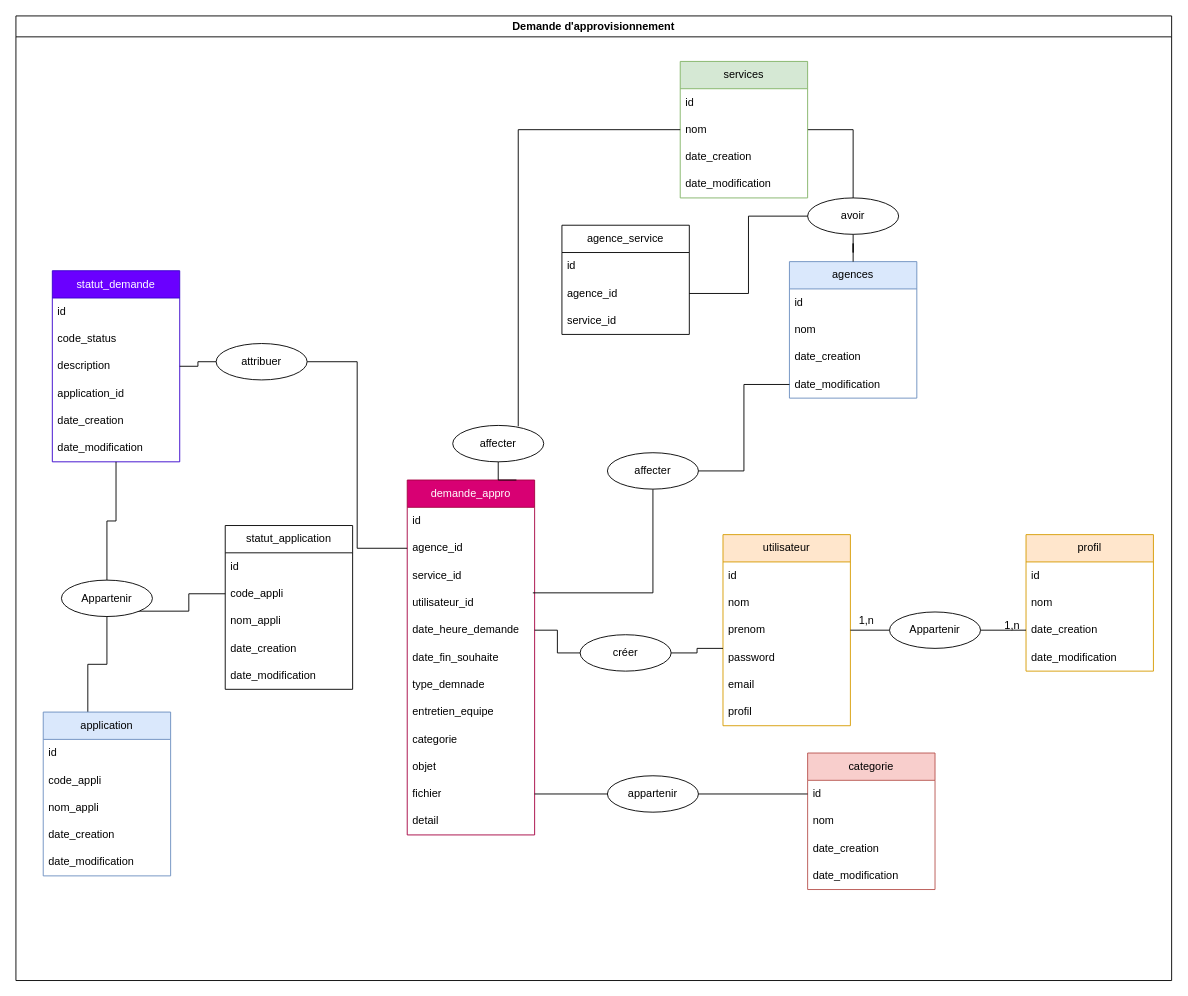
This is autreFichier/Diagramme sans nom.drawio from Andryrkt/projetMahasambatra, a draw.io file, before an edit. Source tidied: cells renumbered, new cells numbered last; positions are measured from the earlier drawing's top-left corner, leaving out a move shared by most shapes. Both pictures are drawn from the tidied source at 91%, with x=0, y=0 at pixel (15, 15).
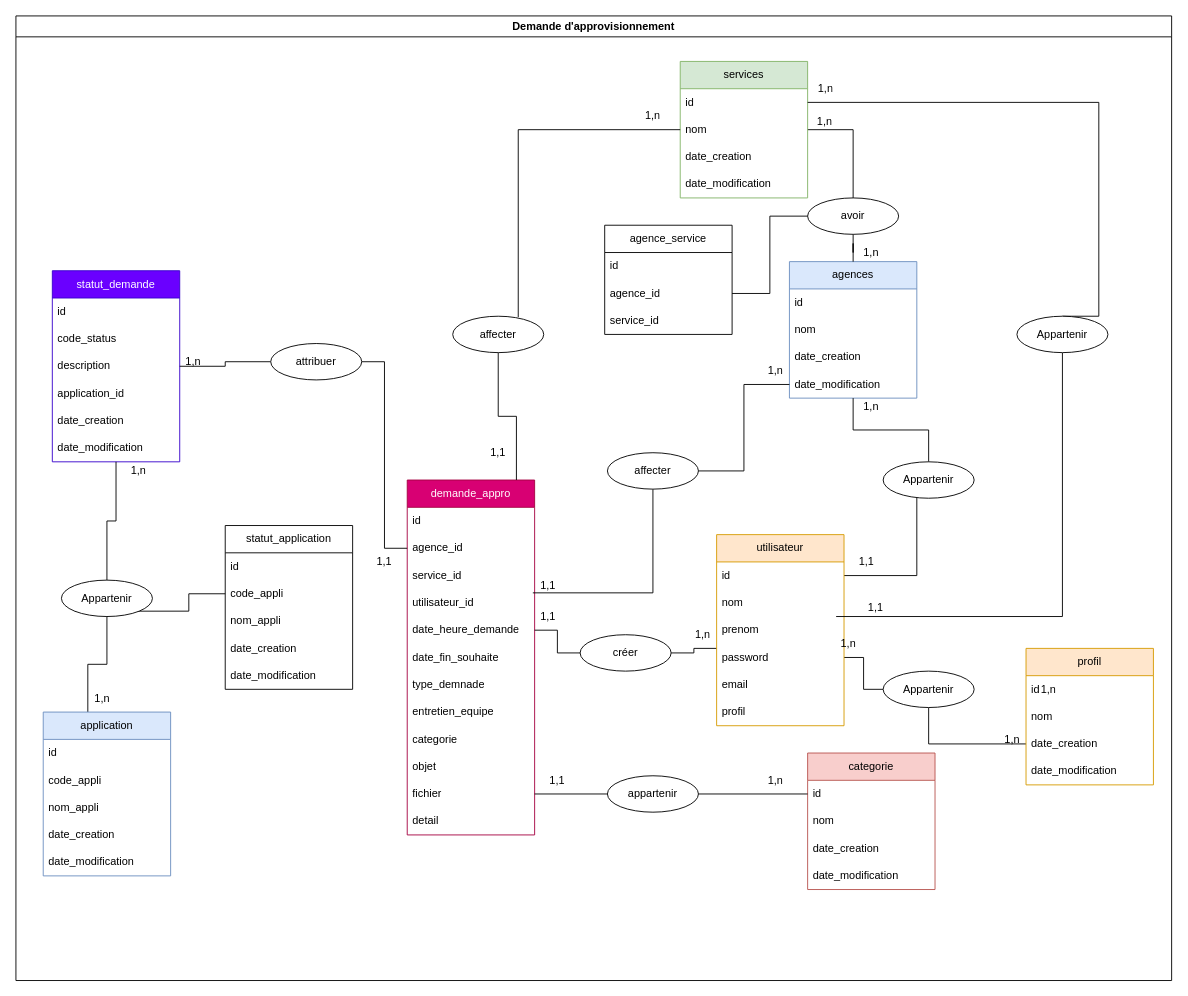
The same page after the edit.

Commit message:
diagramme fait

The change refers to these unchanged cells:
```xml
<mxCell id="2" value="Demande d'approvisionnement" style="swimlane;whiteSpace=wrap;html=1;" parent="1" vertex="1">
  <mxGeometry width="1270" height="1060" as="geometry" />
</mxCell>
<mxCell id="32" value="&lt;p class=&quot;MsoNormal&quot;&gt;&lt;span lang=&quot;FR&quot;&gt;agences&lt;/span&gt;&lt;/p&gt;" style="swimlane;fontStyle=0;horizontal=1;startSize=30;whiteSpace=wrap;html=1;fillColor=#dae8fc;strokeColor=#6c8ebf;" parent="2" vertex="1">
  <mxGeometry x="850" y="270" width="140" height="150" as="geometry" />
</mxCell>
<mxCell id="38" value="id" style="text;strokeColor=none;fillColor=none;align=left;verticalAlign=middle;spacingLeft=4;spacingRight=4;overflow=hidden;points=[[0,0.5],[1,0.5]];portConstraint=eastwest;whiteSpace=wrap;html=1;" parent="37" vertex="1">
  <mxGeometry y="30" width="140" height="30" as="geometry" />
</mxCell>
<mxCell id="87" value="date_creation" style="text;strokeColor=none;fillColor=none;align=left;verticalAlign=middle;spacingLeft=4;spacingRight=4;overflow=hidden;points=[[0,0.5],[1,0.5]];portConstraint=eastwest;whiteSpace=wrap;html=1;" parent="84" vertex="1">
  <mxGeometry y="90" width="140" height="30" as="geometry" />
</mxCell>
```

Diff of the diagram source:
```diff
@@
-    <mxCell id="24" value="&lt;p class=&quot;MsoNormal&quot;&gt;&lt;span lang=&quot;FR&quot;&gt;utilisateur&lt;/span&gt;&lt;/p&gt;" style="swimlane;fontStyle=0;horizontal=1;startSize=30;whiteSpace=wrap;html=1;fillColor=#ffe6cc;strokeColor=#d79b00;" parent="2" vertex="1">
-      <mxGeometry x="777" y="570" width="140" height="210" as="geometry" />
-    </mxCell>
-    <mxCell id="25" value="id" style="text;strokeColor=none;fillColor=none;align=left;verticalAlign=middle;spacingLeft=4;spacingRight=4;overflow=hidden;points=[[0,0.5],[1,0.5]];portConstraint=eastwest;whiteSpace=wrap;html=1;" parent="24" vertex="1">
-      <mxGeometry y="30" width="140" height="30" as="geometry" />
-    </mxCell>
-    <mxCell id="26" value="nom" style="text;strokeColor=none;fillColor=none;align=left;verticalAlign=middle;spacingLeft=4;spacingRight=4;overflow=hidden;whiteSpace=wrap;html=1;" parent="24" vertex="1">
-      <mxGeometry y="60" width="140" height="30" as="geometry" />
-    </mxCell>
-    <mxCell id="27" value="prenom" style="text;strokeColor=none;fillColor=none;align=left;verticalAlign=middle;spacingLeft=4;spacingRight=4;overflow=hidden;points=[[0,0.5],[1,0.5]];portConstraint=eastwest;whiteSpace=wrap;html=1;" parent="24" vertex="1">
-      <mxGeometry y="90" width="140" height="30" as="geometry" />
-    </mxCell>
-    <mxCell id="28" value="password" style="text;strokeColor=none;fillColor=none;align=left;verticalAlign=middle;spacingLeft=4;spacingRight=4;overflow=hidden;points=[[0,0.5],[1,0.5]];portConstraint=eastwest;whiteSpace=wrap;html=1;" parent="24" vertex="1">
-      <mxGeometry y="120" width="140" height="30" as="geometry" />
-    </mxCell>
-    <mxCell id="29" value="email" style="text;strokeColor=none;fillColor=none;align=left;verticalAlign=middle;spacingLeft=4;spacingRight=4;overflow=hidden;whiteSpace=wrap;html=1;" parent="24" vertex="1">
-      <mxGeometry y="150" width="140" height="30" as="geometry" />
-    </mxCell>
-    <mxCell id="30" value="profil" style="text;strokeColor=none;fillColor=none;align=left;verticalAlign=middle;spacingLeft=4;spacingRight=4;overflow=hidden;whiteSpace=wrap;html=1;" parent="24" vertex="1">
-      <mxGeometry y="180" width="140" height="30" as="geometry" />
-    </mxCell>
@@
+    <mxCell id="94" style="edgeStyle=orthogonalEdgeStyle;rounded=0;jettySize=auto;html=1;entryX=1;entryY=0.5;entryDx=0;entryDy=0;endArrow=none;endFill=0;" parent="2" edge="1" source="111" target="25">
+      <mxGeometry relative="1" as="geometry">
+        <Array as="points">
+          <mxPoint x="990" y="615" />
+        </Array>
+      </mxGeometry>
+    </mxCell>
@@
     <mxCell id="46" value="attribuer" style="ellipse;whiteSpace=wrap;html=1;align=center;" parent="2" vertex="1">
-      <mxGeometry x="220" y="360" width="100" height="40" as="geometry" />
+      <mxGeometry x="280" y="360" width="100" height="40" as="geometry" />
     </mxCell>
@@
     <mxCell id="50" value="&lt;p class=&quot;MsoNormal&quot;&gt;&lt;span lang=&quot;FR&quot;&gt;agence_service&lt;/span&gt;&lt;/p&gt;" style="swimlane;fontStyle=0;horizontal=1;startSize=30;whiteSpace=wrap;html=1;" parent="2" vertex="1">
-      <mxGeometry x="600" y="230" width="140" height="120" as="geometry" />
+      <mxGeometry x="647" y="230" width="140" height="120" as="geometry" />
     </mxCell>
@@
     <mxCell id="59" value="affecter" style="ellipse;whiteSpace=wrap;html=1;align=center;" parent="2" vertex="1">
-      <mxGeometry x="480" y="450" width="100" height="40" as="geometry" />
+      <mxGeometry x="480" y="330" width="100" height="40" as="geometry" />
     </mxCell>
@@
+    <mxCell id="89" style="edgeStyle=orthogonalEdgeStyle;rounded=0;jettySize=auto;html=1;entryX=0;entryY=0.5;entryDx=0;entryDy=0;endArrow=none;endFill=0;" parent="2" edge="1" source="91" target="87">
+      <mxGeometry relative="1" as="geometry" />
+    </mxCell>
+    <mxCell id="90" style="edgeStyle=orthogonalEdgeStyle;rounded=0;jettySize=auto;html=1;entryX=0;entryY=0.5;entryDx=0;entryDy=0;endArrow=none;endFill=0;exitX=1;exitY=0.5;exitDx=0;exitDy=0;" parent="2" edge="1" source="28" target="91">
+      <mxGeometry relative="1" as="geometry" />
+    </mxCell>
+    <mxCell id="91" value="Appartenir" style="ellipse;whiteSpace=wrap;html=1;align=center;" parent="2" vertex="1">
+      <mxGeometry x="953" y="720" width="100" height="40" as="geometry" />
+    </mxCell>
+    <mxCell id="95" style="group;" parent="2" vertex="1">
+      <mxGeometry x="770" y="570" width="200" height="210" as="geometry" />
+    </mxCell>
+    <mxCell id="24" value="&lt;p class=&quot;MsoNormal&quot;&gt;&lt;span lang=&quot;FR&quot;&gt;utilisateur&lt;/span&gt;&lt;/p&gt;" style="swimlane;fontStyle=0;horizontal=1;startSize=30;whiteSpace=wrap;html=1;fillColor=#ffe6cc;strokeColor=#d79b00;" parent="95" vertex="1">
+      <mxGeometry width="140" height="210" as="geometry" />
+    </mxCell>
+    <mxCell id="25" value="id" style="text;strokeColor=none;fillColor=none;align=left;verticalAlign=middle;spacingLeft=4;spacingRight=4;overflow=hidden;points=[[0,0.5],[1,0.5]];portConstraint=eastwest;whiteSpace=wrap;html=1;" parent="24" vertex="1">
+      <mxGeometry y="30" width="140" height="30" as="geometry" />
+    </mxCell>
+    <mxCell id="26" value="nom" style="text;strokeColor=none;fillColor=none;align=left;verticalAlign=middle;spacingLeft=4;spacingRight=4;overflow=hidden;whiteSpace=wrap;html=1;" parent="24" vertex="1">
+      <mxGeometry y="60" width="140" height="30" as="geometry" />
+    </mxCell>
+    <mxCell id="27" value="prenom" style="text;strokeColor=none;fillColor=none;align=left;verticalAlign=middle;spacingLeft=4;spacingRight=4;overflow=hidden;points=[[0,0.5],[1,0.5]];portConstraint=eastwest;whiteSpace=wrap;html=1;" parent="24" vertex="1">
+      <mxGeometry y="90" width="140" height="30" as="geometry" />
+    </mxCell>
+    <mxCell id="28" value="password" style="text;strokeColor=none;fillColor=none;align=left;verticalAlign=middle;spacingLeft=4;spacingRight=4;overflow=hidden;points=[[0,0.5],[1,0.5]];portConstraint=eastwest;whiteSpace=wrap;html=1;" parent="24" vertex="1">
+      <mxGeometry y="120" width="140" height="30" as="geometry" />
+    </mxCell>
+    <mxCell id="29" value="email" style="text;strokeColor=none;fillColor=none;align=left;verticalAlign=middle;spacingLeft=4;spacingRight=4;overflow=hidden;whiteSpace=wrap;html=1;" parent="24" vertex="1">
+      <mxGeometry y="150" width="140" height="30" as="geometry" />
+    </mxCell>
+    <mxCell id="30" value="profil" style="text;strokeColor=none;fillColor=none;align=left;verticalAlign=middle;spacingLeft=4;spacingRight=4;overflow=hidden;whiteSpace=wrap;html=1;" parent="24" vertex="1">
+      <mxGeometry y="180" width="140" height="30" as="geometry" />
+    </mxCell>
+    <mxCell id="92" value="1,n" style="text;html=1;strokeColor=none;fillColor=none;align=center;verticalAlign=middle;whiteSpace=wrap;overflow=hidden;" parent="95" vertex="1">
+      <mxGeometry x="120" y="110" width="50" height="20" as="geometry" />
+    </mxCell>
+    <mxCell id="96" value="1,1" style="text;html=1;strokeColor=none;fillColor=none;align=center;verticalAlign=middle;whiteSpace=wrap;overflow=hidden;" parent="95" vertex="1">
+      <mxGeometry x="150" y="70" width="50" height="20" as="geometry" />
+    </mxCell>
+    <mxCell id="97" value="1,1" style="text;html=1;strokeColor=none;fillColor=none;align=center;verticalAlign=middle;whiteSpace=wrap;overflow=hidden;" parent="95" vertex="1">
+      <mxGeometry x="140" y="20" width="50" height="20" as="geometry" />
+    </mxCell>
+    <mxCell id="98" style="group;" parent="2" vertex="1">
+      <mxGeometry x="1070" y="695" width="180" height="150" as="geometry" />
+    </mxCell>
-    <mxCell id="84" value="&lt;p class=&quot;MsoNormal&quot;&gt;&lt;span lang=&quot;FR&quot;&gt;profil&lt;/span&gt;&lt;/p&gt;" style="swimlane;fontStyle=0;horizontal=1;startSize=30;whiteSpace=wrap;html=1;fillColor=#ffe6cc;strokeColor=#d79b00;" parent="2" vertex="1">
-      <mxGeometry x="1110" y="570" width="140" height="150" as="geometry" />
+    <mxCell id="84" value="&lt;p class=&quot;MsoNormal&quot;&gt;&lt;span lang=&quot;FR&quot;&gt;profil&lt;/span&gt;&lt;/p&gt;" style="swimlane;fontStyle=0;horizontal=1;startSize=30;whiteSpace=wrap;html=1;fillColor=#ffe6cc;strokeColor=#d79b00;" parent="98" vertex="1">
+      <mxGeometry x="40" width="140" height="150" as="geometry" />
     </mxCell>
@@
-    <mxCell id="89" style="edgeStyle=orthogonalEdgeStyle;rounded=0;jettySize=auto;html=1;entryX=0;entryY=0.5;entryDx=0;entryDy=0;endArrow=none;endFill=0;" parent="2" edge="1" source="91" target="87">
-      <mxGeometry relative="1" as="geometry" />
-    </mxCell>
-    <mxCell id="90" style="edgeStyle=orthogonalEdgeStyle;rounded=0;jettySize=auto;html=1;entryX=0;entryY=0.5;entryDx=0;entryDy=0;endArrow=none;endFill=0;" parent="2" edge="1" source="27" target="91">
-      <mxGeometry relative="1" as="geometry" />
-    </mxCell>
-    <mxCell id="91" value="Appartenir" style="ellipse;whiteSpace=wrap;html=1;align=center;" parent="2" vertex="1">
-      <mxGeometry x="960" y="655" width="100" height="40" as="geometry" />
-    </mxCell>
-    <mxCell id="92" value="1,n" style="text;html=1;strokeColor=none;fillColor=none;align=center;verticalAlign=middle;whiteSpace=wrap;overflow=hidden;" parent="2" vertex="1">
-      <mxGeometry x="910" y="655" width="50" height="20" as="geometry" />
-    </mxCell>
-    <mxCell id="93" value="1,n" style="text;html=1;strokeColor=none;fillColor=none;align=center;verticalAlign=middle;whiteSpace=wrap;overflow=hidden;" parent="2" vertex="1">
-      <mxGeometry x="1070" y="660" width="50" height="20" as="geometry" />
+    <mxCell id="93" value="1,n" style="text;html=1;strokeColor=none;fillColor=none;align=center;verticalAlign=middle;whiteSpace=wrap;overflow=hidden;" parent="98" vertex="1">
+      <mxGeometry y="90" width="50" height="20" as="geometry" />
     </mxCell>
+    <mxCell id="99" value="1,n" style="text;html=1;strokeColor=none;fillColor=none;align=center;verticalAlign=middle;whiteSpace=wrap;overflow=hidden;" parent="2" vertex="1">
+      <mxGeometry x="810" y="380" width="50" height="20" as="geometry" />
+    </mxCell>
+    <mxCell id="100" value="1,1" style="text;html=1;strokeColor=none;fillColor=none;align=center;verticalAlign=middle;whiteSpace=wrap;overflow=hidden;" parent="2" vertex="1">
+      <mxGeometry x="560" y="616" width="50" height="20" as="geometry" />
+    </mxCell>
+    <mxCell id="101" value="1,n" style="text;html=1;strokeColor=none;fillColor=none;align=center;verticalAlign=middle;whiteSpace=wrap;overflow=hidden;" parent="2" vertex="1">
+      <mxGeometry x="675" y="100" width="50" height="20" as="geometry" />
+    </mxCell>
+    <mxCell id="102" value="1,1" style="text;html=1;strokeColor=none;fillColor=none;align=center;verticalAlign=middle;whiteSpace=wrap;overflow=hidden;" parent="2" vertex="1">
+      <mxGeometry x="505" y="470" width="50" height="20" as="geometry" />
+    </mxCell>
+    <mxCell id="103" style="edgeStyle=orthogonalEdgeStyle;rounded=0;jettySize=auto;html=1;entryX=0.938;entryY=0;entryDx=0;entryDy=0;entryPerimeter=0;endArrow=none;endFill=0;" parent="2" edge="1" source="105" target="27">
+      <mxGeometry relative="1" as="geometry">
+        <Array as="points">
+          <mxPoint x="1150" y="660" />
+        </Array>
+      </mxGeometry>
+    </mxCell>
+    <mxCell id="104" style="edgeStyle=orthogonalEdgeStyle;rounded=0;jettySize=auto;html=1;entryX=0.5;entryY=0;entryDx=0;entryDy=0;endArrow=none;endFill=0;" parent="2" edge="1" source="38" target="105">
+      <mxGeometry relative="1" as="geometry">
+        <Array as="points">
+          <mxPoint x="1190" y="95" />
+          <mxPoint x="1190" y="330" />
+        </Array>
+      </mxGeometry>
+    </mxCell>
+    <mxCell id="105" value="Appartenir" style="ellipse;whiteSpace=wrap;html=1;align=center;" parent="2" vertex="1">
+      <mxGeometry x="1100" y="330" width="100" height="40" as="geometry" />
+    </mxCell>
+    <mxCell id="106" value="1,1" style="text;html=1;strokeColor=none;fillColor=none;align=center;verticalAlign=middle;whiteSpace=wrap;overflow=hidden;" parent="2" vertex="1">
+      <mxGeometry x="560" y="650" width="50" height="20" as="geometry" />
+    </mxCell>
+    <mxCell id="107" value="1,n" style="text;html=1;strokeColor=none;fillColor=none;align=center;verticalAlign=middle;whiteSpace=wrap;overflow=hidden;" parent="2" vertex="1">
+      <mxGeometry x="730" y="670" width="50" height="20" as="geometry" />
+    </mxCell>
+    <mxCell id="108" value="1,1" style="text;html=1;strokeColor=none;fillColor=none;align=center;verticalAlign=middle;whiteSpace=wrap;overflow=hidden;" parent="2" vertex="1">
+      <mxGeometry x="570" y="830" width="50" height="20" as="geometry" />
+    </mxCell>
+    <mxCell id="109" value="1,n" style="text;html=1;strokeColor=none;fillColor=none;align=center;verticalAlign=middle;whiteSpace=wrap;overflow=hidden;" parent="2" vertex="1">
+      <mxGeometry x="810" y="830" width="50" height="20" as="geometry" />
+    </mxCell>
+    <mxCell id="110" style="edgeStyle=orthogonalEdgeStyle;rounded=0;jettySize=auto;html=1;entryX=0.5;entryY=0;entryDx=0;entryDy=0;endArrow=none;endFill=0;" parent="2" edge="1" source="32" target="111">
+      <mxGeometry relative="1" as="geometry" />
+    </mxCell>
+    <mxCell id="111" value="Appartenir" style="ellipse;whiteSpace=wrap;html=1;align=center;" parent="2" vertex="1">
+      <mxGeometry x="953" y="490" width="100" height="40" as="geometry" />
+    </mxCell>
+    <mxCell id="112" value="1,n" style="text;html=1;strokeColor=none;fillColor=none;align=center;verticalAlign=middle;whiteSpace=wrap;overflow=hidden;" parent="2" vertex="1">
+      <mxGeometry x="915" y="420" width="50" height="20" as="geometry" />
+    </mxCell>
+    <mxCell id="113" value="1,n" style="text;html=1;strokeColor=none;fillColor=none;align=center;verticalAlign=middle;whiteSpace=wrap;overflow=hidden;" parent="2" vertex="1">
+      <mxGeometry x="865" y="70" width="50" height="20" as="geometry" />
+    </mxCell>
+    <mxCell id="114" value="1,n" style="text;html=1;strokeColor=none;fillColor=none;align=center;verticalAlign=middle;whiteSpace=wrap;overflow=hidden;" parent="2" vertex="1">
+      <mxGeometry x="915" y="250" width="50" height="20" as="geometry" />
+    </mxCell>
+    <mxCell id="115" value="1,n" style="text;html=1;strokeColor=none;fillColor=none;align=center;verticalAlign=middle;whiteSpace=wrap;overflow=hidden;" parent="2" vertex="1">
+      <mxGeometry x="864" y="106" width="50" height="20" as="geometry" />
+    </mxCell>
+    <mxCell id="116" value="1,1" style="text;html=1;strokeColor=none;fillColor=none;align=center;verticalAlign=middle;whiteSpace=wrap;overflow=hidden;" parent="2" vertex="1">
+      <mxGeometry x="380" y="590" width="50" height="20" as="geometry" />
+    </mxCell>
+    <mxCell id="117" value="1,n" style="text;html=1;strokeColor=none;fillColor=none;align=center;verticalAlign=middle;whiteSpace=wrap;overflow=hidden;" parent="2" vertex="1">
+      <mxGeometry x="170" y="370" width="50" height="20" as="geometry" />
+    </mxCell>
+    <mxCell id="118" value="1,n" style="text;html=1;strokeColor=none;fillColor=none;align=center;verticalAlign=middle;whiteSpace=wrap;overflow=hidden;" parent="2" vertex="1">
+      <mxGeometry x="110" y="490" width="50" height="20" as="geometry" />
+    </mxCell>
+    <mxCell id="119" value="1,n" style="text;html=1;strokeColor=none;fillColor=none;align=center;verticalAlign=middle;whiteSpace=wrap;overflow=hidden;" parent="2" vertex="1">
+      <mxGeometry x="70" y="740" width="50" height="20" as="geometry" />
+    </mxCell>
+    <mxCell id="120" value="1,n" style="text;html=1;strokeColor=none;fillColor=none;align=center;verticalAlign=middle;whiteSpace=wrap;overflow=hidden;" parent="1" vertex="1">
+      <mxGeometry x="1110" y="730" width="50" height="20" as="geometry" />
+    </mxCell>
```
